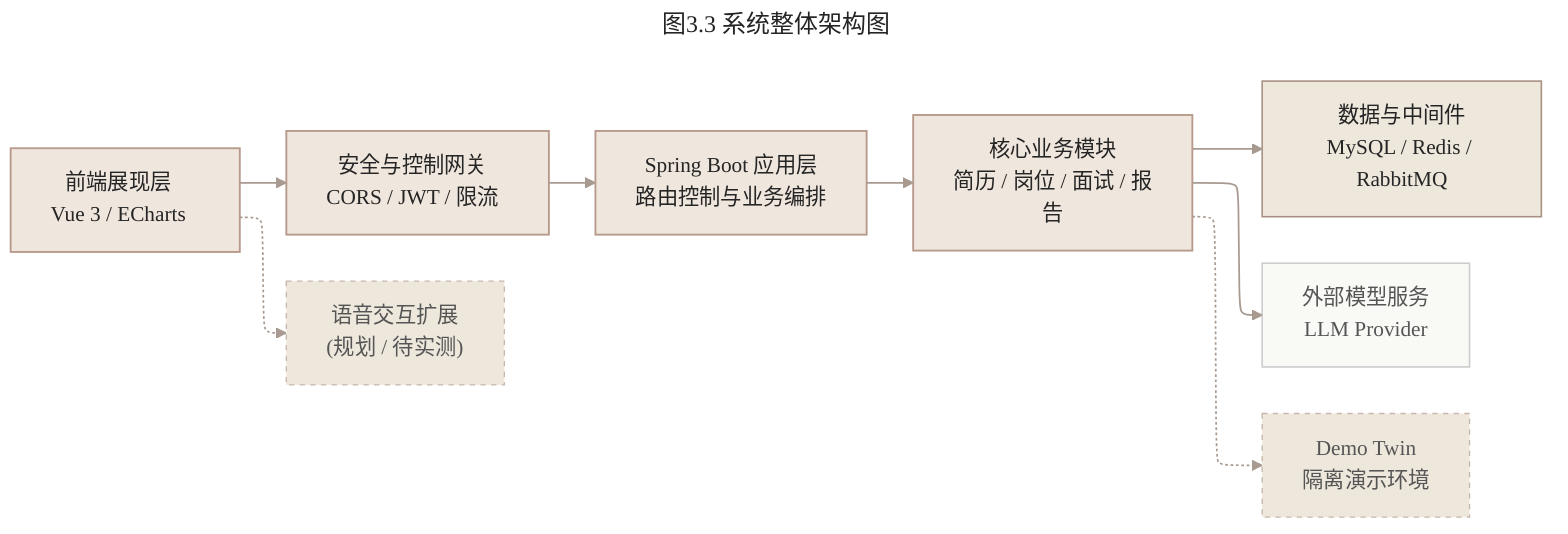
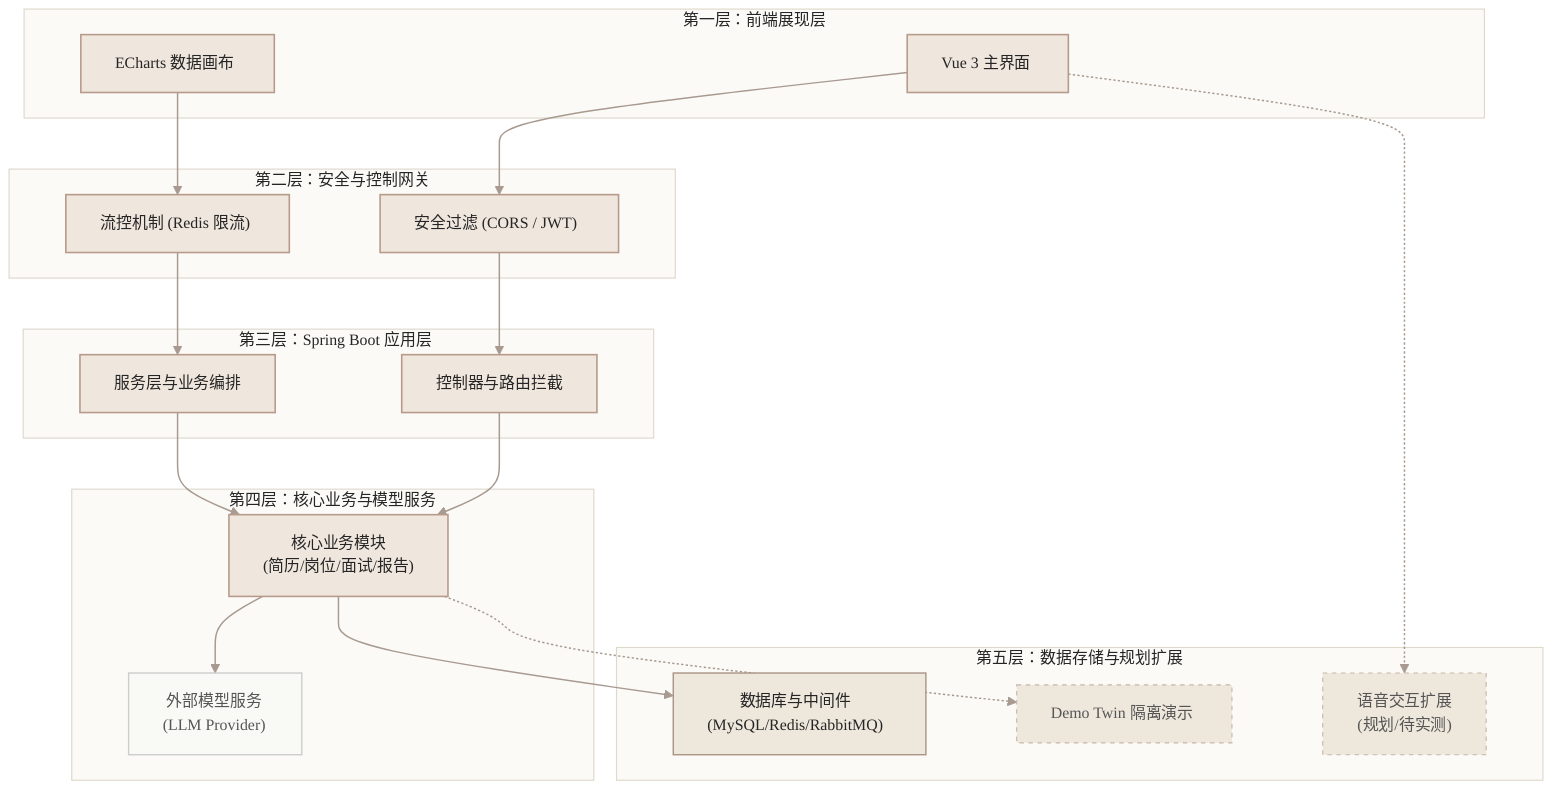
- ---
- title: 图3.3 系统整体架构图
- config:
-   theme: base
-   layout: elk
-   flowchart:
-     curve: basis
-     nodeSpacing: 44
-     rankSpacing: 64
-     wrappingWidth: 150
-   themeVariables:
-     background: "#FAF8F2"
-     primaryColor: "#EFE6DD"
-     primaryBorderColor: "#B79A8B"
-     primaryTextColor: "#252525"
-     lineColor: "#A89A90"
-     secondaryColor: "#F6F0E8"
-     tertiaryColor: "#FBFAF6"
-     fontFamily: "Microsoft YaHei, SimHei, Arial, sans-serif"
-     fontSize: "16px"
- ---
- flowchart LR
-   fe["前端展现层<br/>Vue 3 / ECharts"]
-   gate["安全与控制网关<br/>CORS / JWT / 限流"]
-   app["Spring Boot 应用层<br/>路由控制与业务编排"]
-   core["核心业务模块<br/>简历 / 岗位 / 面试 / 报告"]
-   data["数据与中间件<br/>MySQL / Redis / RabbitMQ"]
-   llm["外部模型服务<br/>LLM Provider"]
-   demo["Demo Twin<br/>隔离演示环境"]
-   voice["语音交互扩展<br/>(规划 / 待实测)"]
+ %%{init: {
+   'theme': 'base',
+   'themeVariables': {
+     'background': '#FAF8F2',
+     'primaryColor': '#EFE6DD',
+     'primaryBorderColor': '#B79A8B',
+     'primaryTextColor': '#252525',
+     'lineColor': '#A89A90',
+     'secondaryColor': '#F6F0E8',
+     'tertiaryColor': '#FBFAF6',
+     'fontFamily': 'Microsoft YaHei, SimHei, Arial, sans-serif',
+     'fontSize': '14px'
+   },
+   'flowchart': {
+     'nodeSpacing': 80,
+     'rankSpacing': 45
+   }
+ }}%%
+ flowchart TB
+   subgraph Layer1["第一层：前端展现层"]
+     fe_web["Vue 3 主界面"]
+     fe_charts["ECharts 数据画布"]
+   end

-   fe --> gate --> app --> core
+   subgraph Layer2["第二层：安全与控制网关"]
+     gate_sec["安全过滤 (CORS / JWT)"]
+     gate_limit["流控机制 (Redis 限流)"]
+   end
+ 
+   subgraph Layer3["第三层：Spring Boot 应用层"]
+     app_ctrl["控制器与路由拦截"]
+     app_orche["服务层与业务编排"]
+   end
+ 
+   subgraph Layer4["第四层：核心业务与模型服务"]
+     core["核心业务模块<br/>(简历/岗位/面试/报告)"]
+     llm["外部模型服务<br/>(LLM Provider)"]
+   end
+ 
+   subgraph Layer5["第五层：数据存储与规划扩展"]
+     data["数据库与中间件<br/>(MySQL/Redis/RabbitMQ)"]
+     demo["Demo Twin 隔离演示"]
+     voice["语音交互扩展<br/>(规划/待实测)"]
+   end
+ 
+   fe_web --> gate_sec
+   fe_charts --> gate_limit
+ 
+   gate_sec --> app_ctrl
+   gate_limit --> app_orche
+ 
+   app_ctrl --> core
+   app_orche --> core
+ 
+   core --> llm
  core --> data
-   core --> llm
  core -.-> demo
-   fe -.-> voice
+   fe_web -.-> voice

  classDef layer fill:#FBFAF6,stroke:#DED8CD,color:#252525
  classDef main fill:#EFE6DD,stroke:#B79A8B,stroke-width:1.4px,color:#252525
  classDef store fill:#EEE7DC,stroke:#A89183,stroke-width:1.2px,color:#252525
  classDef ext fill:#F9F9F6,stroke:#CCCCCC,stroke-width:1.2px,color:#555555
  classDef plan fill:#EEE7DC,stroke:#C8B7AA,stroke-dasharray: 4 4,color:#555555

-   class fe,gate,app,core main
+   class Layer1,Layer2,Layer3,Layer4,Layer5 layer
+   class fe_web,fe_charts,gate_sec,gate_limit,app_ctrl,app_orche,core main
  class data store
  class llm ext
  class demo,voice plan
  linkStyle default stroke:#A89A90,stroke-width:1.3px
